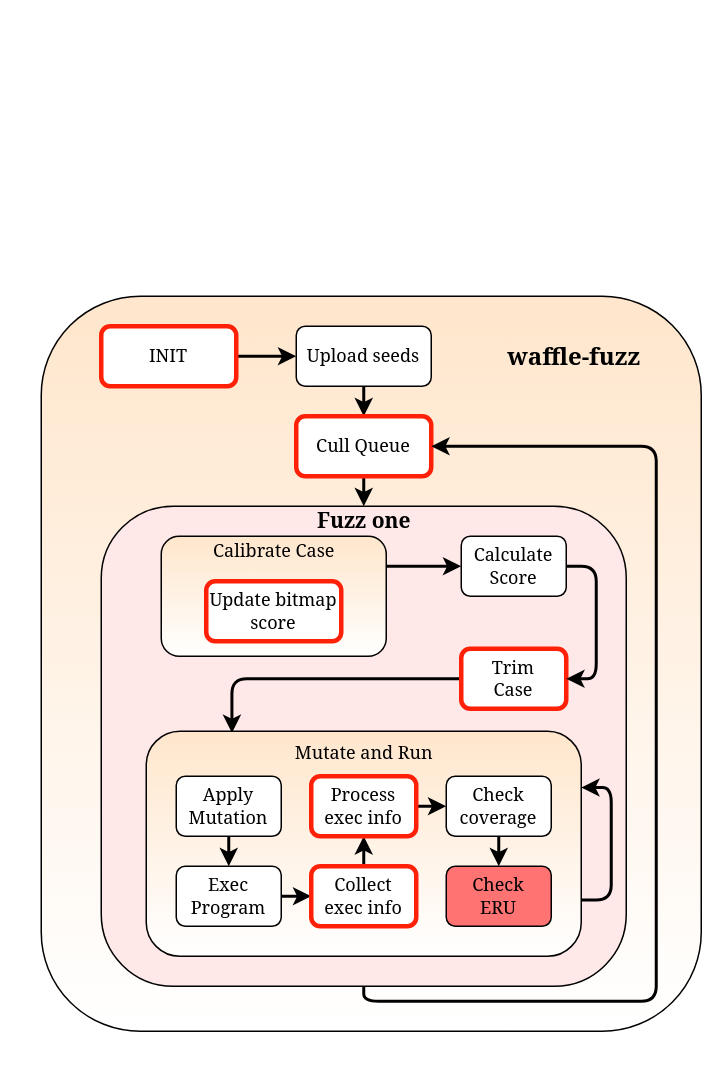
Earlier version of the draw.io diagram Images/drawio/waffle-fuzz-proc.drawio (behnamarbab/masterthesis). Source tidied: cells renumbered, new cells numbered last; positions are measured from the earlier drawing's top-left corner, leaving out a move shared by most shapes. Both pictures are drawn from the tidied source at 150%, with x=0, y=0 at pixel (40, 296).
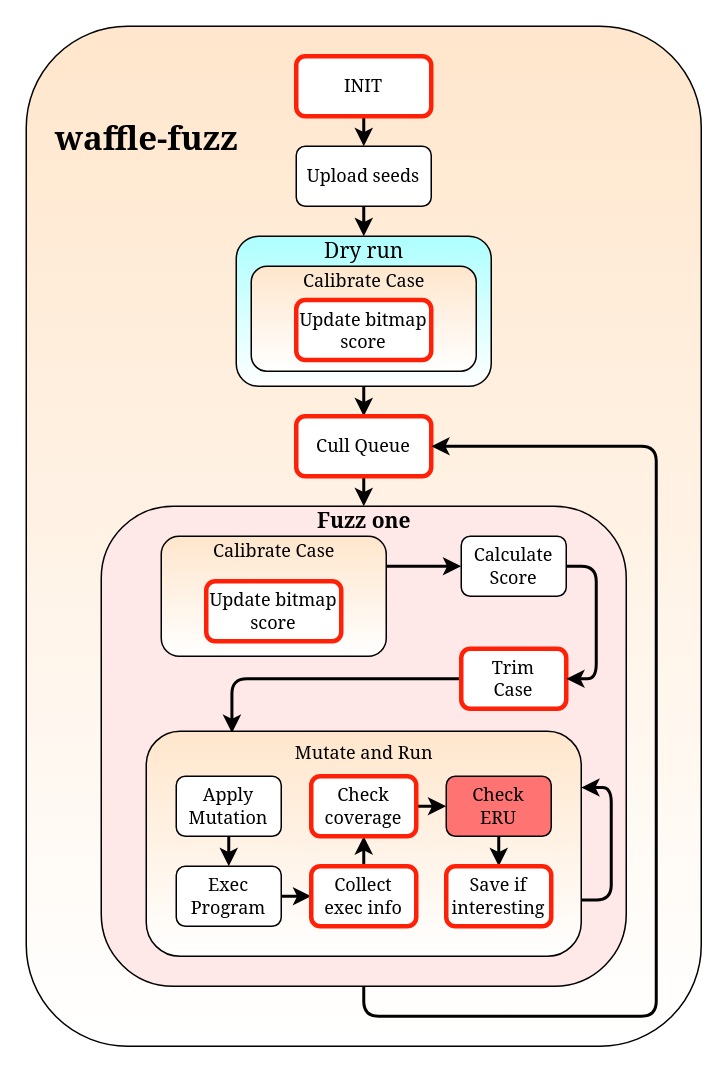
After the change.

Commit message (it also covers changes not shown here):
Illustrate the procedure of fuzzing Explain the initializations Explain the calibration and bitmap score

The change refers to these unchanged cells:
```xml
<mxCell id="8" value="Cull Queue" style="rounded=1;whiteSpace=wrap;html=1;fontFamily=Georgia;strokeColor=#FF2008;strokeWidth=3;glass=0;sketch=0;shadow=0;" parent="1" vertex="1">
  <mxGeometry x="170" y="80" width="90" height="40" as="geometry" />
</mxCell>
<mxCell id="10" style="rounded=1;whiteSpace=wrap;html=1;fontFamily=Georgia;fillColor=#FFE8E8;" parent="1" vertex="1">
  <mxGeometry x="40" y="140" width="350" height="320" as="geometry" />
</mxCell>
```

Diff of the diagram source:
```diff
@@
     <mxCell id="2" style="rounded=1;whiteSpace=wrap;html=1;gradientColor=#ffffff;fillColor=#FFE6CC;fontFamily=Georgia;" parent="1" vertex="1">
-      <mxGeometry width="440" height="490" as="geometry" />
+      <mxGeometry x="-10" y="-180" width="450" height="680" as="geometry" />
     </mxCell>
+    <mxCell id="35" style="edgeStyle=orthogonalEdgeStyle;rounded=1;jettySize=auto;html=1;exitX=0.5;exitY=1;exitDx=0;exitDy=0;entryX=0.5;entryY=0;entryDx=0;entryDy=0;fontFamily=Georgia;fontSize=14;strokeWidth=2;" parent="1" edge="1" source="36" target="8">
+      <mxGeometry relative="1" as="geometry" />
+    </mxCell>
+    <mxCell id="36" style="rounded=1;whiteSpace=wrap;html=1;fontFamily=Georgia;gradientColor=#ffffff;fillColor=#ADFFFF;" parent="1" vertex="1">
+      <mxGeometry x="130" y="-40" width="170" height="100" as="geometry" />
+    </mxCell>
-    <mxCell id="3" style="edgeStyle=orthogonalEdgeStyle;rounded=0;jettySize=auto;html=1;exitX=1;exitY=0.5;exitDx=0;exitDy=0;entryX=0;entryY=0.5;entryDx=0;entryDy=0;strokeWidth=2;" parent="1" edge="1" source="4" target="6">
+    <mxCell id="3" style="edgeStyle=orthogonalEdgeStyle;rounded=1;jettySize=auto;html=1;exitX=0.5;exitY=1;exitDx=0;exitDy=0;entryX=0.5;entryY=0;entryDx=0;entryDy=0;fontFamily=Georgia;fontSize=14;strokeWidth=2;" parent="1" edge="1" source="4" target="6">
       <mxGeometry relative="1" as="geometry" />
     </mxCell>
     <mxCell id="4" value="INIT" style="rounded=1;whiteSpace=wrap;html=1;fontFamily=Georgia;strokeColor=#FF2008;strokeWidth=3;" parent="1" vertex="1">
-      <mxGeometry x="40" y="20" width="90" height="40" as="geometry" />
+      <mxGeometry x="170" y="-160" width="90" height="40" as="geometry" />
     </mxCell>
-    <mxCell id="5" style="edgeStyle=orthogonalEdgeStyle;rounded=0;jettySize=auto;html=1;exitX=0.5;exitY=1;exitDx=0;exitDy=0;entryX=0.5;entryY=0;entryDx=0;entryDy=0;strokeWidth=2;" parent="1" edge="1" source="6" target="8">
-      <mxGeometry relative="1" as="geometry" />
-    </mxCell>
+    <mxCell id="37" style="edgeStyle=orthogonalEdgeStyle;rounded=1;jettySize=auto;html=1;exitX=0.5;exitY=1;exitDx=0;exitDy=0;fontFamily=Georgia;fontSize=14;strokeWidth=2;" parent="1" edge="1" source="6" target="43">
+      <mxGeometry relative="1" as="geometry" />
+    </mxCell>
     <mxCell id="6" value="Upload seeds" style="rounded=1;whiteSpace=wrap;html=1;fontFamily=Georgia;" parent="1" vertex="1">
-      <mxGeometry x="170" y="20" width="90" height="40" as="geometry" />
+      <mxGeometry x="170" y="-100" width="90" height="40" as="geometry" />
     </mxCell>
@@
     <mxCell id="9" style="edgeStyle=orthogonalEdgeStyle;jettySize=auto;html=1;exitX=0.5;exitY=1;exitDx=0;exitDy=0;entryX=1;entryY=0.5;entryDx=0;entryDy=0;rounded=1;strokeWidth=2;" parent="1" edge="1" source="10" target="8">
       <mxGeometry relative="1" as="geometry">
         <Array as="points">
-          <mxPoint x="215" y="470" />
-          <mxPoint x="410" y="470" />
+          <mxPoint x="215" y="480" />
+          <mxPoint x="410" y="480" />
           <mxPoint x="410" y="100" />
         </Array>
       </mxGeometry>
     </mxCell>
@@
+    <mxCell id="38" style="edgeStyle=orthogonalEdgeStyle;rounded=1;jettySize=auto;html=1;exitX=0.5;exitY=1;exitDx=0;exitDy=0;entryX=0.5;entryY=0;entryDx=0;entryDy=0;fontFamily=Georgia;fontSize=14;strokeWidth=2;" parent="1" edge="1" source="24" target="26">
+      <mxGeometry relative="1" as="geometry" />
+    </mxCell>
     <mxCell id="24" value="Check&lt;br&gt;ERU" style="rounded=1;whiteSpace=wrap;html=1;fontFamily=Georgia;fillColor=#FF7373;" parent="1" vertex="1">
-      <mxGeometry x="270" y="380" width="70" height="40" as="geometry" />
+      <mxGeometry x="270" y="320" width="70" height="40" as="geometry" />
     </mxCell>
-    <mxCell id="25" style="edgeStyle=orthogonalEdgeStyle;rounded=0;jettySize=auto;html=1;exitX=0.5;exitY=1;exitDx=0;exitDy=0;entryX=0.5;entryY=0;entryDx=0;entryDy=0;strokeWidth=2;" parent="1" edge="1" source="26" target="24">
-      <mxGeometry relative="1" as="geometry" />
-    </mxCell>
-    <mxCell id="26" value="Check coverage" style="rounded=1;whiteSpace=wrap;html=1;fontFamily=Georgia;" parent="1" vertex="1">
-      <mxGeometry x="270" y="320" width="70" height="40" as="geometry" />
+    <mxCell id="26" value="Save if&lt;br&gt;interesting" style="rounded=1;whiteSpace=wrap;html=1;fontFamily=Georgia;strokeColor=#FF2008;strokeWidth=3;" parent="1" vertex="1">
+      <mxGeometry x="270" y="380" width="70" height="40" as="geometry" />
     </mxCell>
-    <mxCell id="27" style="edgeStyle=orthogonalEdgeStyle;rounded=0;jettySize=auto;html=1;exitX=1;exitY=0.5;exitDx=0;exitDy=0;entryX=0;entryY=0.5;entryDx=0;entryDy=0;strokeWidth=2;" parent="1" edge="1" source="28" target="26">
-      <mxGeometry relative="1" as="geometry" />
-    </mxCell>
+    <mxCell id="39" style="edgeStyle=orthogonalEdgeStyle;rounded=1;jettySize=auto;html=1;exitX=1;exitY=0.5;exitDx=0;exitDy=0;entryX=0;entryY=0.5;entryDx=0;entryDy=0;fontFamily=Georgia;fontSize=14;strokeWidth=2;" parent="1" edge="1" source="28" target="24">
+      <mxGeometry relative="1" as="geometry" />
+    </mxCell>
-    <mxCell id="28" value="Process&lt;br&gt;exec info" style="rounded=1;whiteSpace=wrap;html=1;fontFamily=Georgia;strokeColor=#FF2008;strokeWidth=3;" parent="1" vertex="1">
+    <mxCell id="28" value="Check coverage" style="rounded=1;whiteSpace=wrap;html=1;fontFamily=Georgia;strokeColor=#FF2008;strokeWidth=3;" parent="1" vertex="1">
       <mxGeometry x="180" y="320" width="70" height="40" as="geometry" />
     </mxCell>
-    <mxCell id="29" value="&lt;font style=&quot;font-size: 16px;&quot;&gt;&lt;span style=&quot;font-size: 16px;&quot;&gt;waffle-fuzz&lt;/span&gt;&lt;/font&gt;" style="text;html=1;align=center;verticalAlign=middle;strokeColor=none;fontFamily=Georgia;strokeWidth=1;fontSize=16;fontStyle=1;" parent="1" vertex="1">
-      <mxGeometry x="310" y="30" width="90" height="20" as="geometry" />
+    <mxCell id="29" value="&lt;font style=&quot;line-height: 100% ; font-size: 22px&quot;&gt;waffle-fuzz&lt;/font&gt;" style="text;html=1;align=center;verticalAlign=middle;strokeColor=none;fontFamily=Georgia;strokeWidth=1;fontSize=16;fontStyle=1;rotation=0;" parent="1" vertex="1">
+      <mxGeometry x="10" y="-120" width="120" height="30" as="geometry" />
     </mxCell>
@@
+    <mxCell id="40" style="rounded=1;whiteSpace=wrap;html=1;fontFamily=Georgia;fillColor=#FFE6CC;gradientColor=#ffffff;" parent="1" vertex="1">
+      <mxGeometry x="140" y="-20" width="150" height="70" as="geometry" />
+    </mxCell>
+    <mxCell id="41" value="Calibrate Case" style="text;html=1;align=center;verticalAlign=middle;strokeColor=none;fontFamily=Georgia;" parent="1" vertex="1">
+      <mxGeometry x="170" y="-20" width="90" height="20" as="geometry" />
+    </mxCell>
+    <mxCell id="42" value="Update bitmap&lt;br&gt;score" style="rounded=1;whiteSpace=wrap;html=1;fontFamily=Georgia;strokeColor=#FF2008;strokeWidth=3;" parent="1" vertex="1">
+      <mxGeometry x="170" y="2.5" width="90" height="40" as="geometry" />
+    </mxCell>
+    <mxCell id="43" value="Dry run" style="text;html=1;align=center;verticalAlign=middle;points=[];strokeColor=none;fontSize=14;fontFamily=Georgia;" parent="1" vertex="1">
+      <mxGeometry x="185" y="-40" width="60" height="20" as="geometry" />
+    </mxCell>
```
